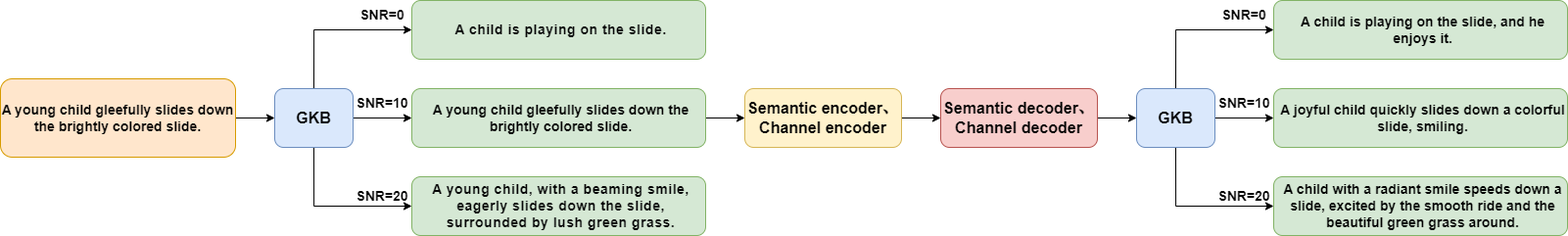
Before: UBC-CSC/GKB2.png, a diagram exported from draw.io (TuuSiwei/paper_image). Source tidied: cells renumbered, new cells last; positions are measured from the earlier drawing's top-left corner, leaving out a move shared by most shapes. Its diagram source:
```xml
<mxGraphModel>
  <root>
    <mxCell id="0" />
    <mxCell id="1" parent="0" />
    <mxCell id="2" style="edgeStyle=orthogonalEdgeStyle;rounded=0;jettySize=auto;html=1;" parent="1" edge="1" source="5" target="8">
      <mxGeometry relative="1" as="geometry" />
    </mxCell>
    <mxCell id="3" style="edgeStyle=orthogonalEdgeStyle;rounded=0;jettySize=auto;html=1;entryX=0;entryY=0.5;entryDx=0;entryDy=0;exitX=0.5;exitY=0;exitDx=0;exitDy=0;" parent="1" edge="1" source="5" target="6">
      <mxGeometry relative="1" as="geometry" />
    </mxCell>
    <mxCell id="4" style="edgeStyle=orthogonalEdgeStyle;rounded=0;jettySize=auto;html=1;exitX=0.5;exitY=1;exitDx=0;exitDy=0;entryX=0;entryY=0.5;entryDx=0;entryDy=0;" parent="1" edge="1" source="5" target="9">
      <mxGeometry relative="1" as="geometry" />
    </mxCell>
    <mxCell id="5" value="&lt;font style=&quot;font-size: 16px;&quot;&gt;&lt;b&gt;GKB&lt;/b&gt;&lt;/font&gt;" style="rounded=1;whiteSpace=wrap;html=1;fillColor=#dae8fc;strokeColor=#6c8ebf;" parent="1" vertex="1">
      <mxGeometry x="280" y="90" width="80" height="60" as="geometry" />
    </mxCell>
    <mxCell id="6" value="&lt;span style=&quot;color: rgb(6, 6, 7); font-family: -apple-system, blinkmacsystemfont, &amp;quot;Helvetica Neue&amp;quot;, helvetica, &amp;quot;segoe ui&amp;quot;, arial, roboto, &amp;quot;PingFang SC&amp;quot;, miui, &amp;quot;Hiragino Sans GB&amp;quot;, &amp;quot;Microsoft Yahei&amp;quot;, sans-serif; font-size: 14px; letter-spacing: 0.5px; white-space-collapse: preserve;&quot;&gt;&lt;b&gt;A child is playing on the slide.&lt;/b&gt;&lt;/span&gt;" style="rounded=1;whiteSpace=wrap;html=1;strokeColor=#82b366;align=center;verticalAlign=middle;fontFamily=Helvetica;fontSize=12;fontColor=default;labelBackgroundColor=none;fillColor=#d5e8d4;spacingLeft=5;" parent="1" vertex="1">
      <mxGeometry x="420" width="300" height="60" as="geometry" />
    </mxCell>
    <mxCell id="7" style="edgeStyle=orthogonalEdgeStyle;rounded=0;jettySize=auto;html=1;" parent="1" edge="1" source="8" target="16">
      <mxGeometry relative="1" as="geometry" />
    </mxCell>
    <mxCell id="8" value="A young child gleefully slides down the brightly colored slide." style="rounded=1;whiteSpace=wrap;strokeColor=#82b366;align=center;verticalAlign=middle;fontFamily=Helvetica;fontSize=14;fontColor=default;labelBackgroundColor=none;fillColor=#d5e8d4;fontStyle=1;spacingLeft=5;" parent="1" vertex="1">
      <mxGeometry x="420" y="90" width="300" height="60" as="geometry" />
    </mxCell>
    <mxCell id="9" value="&lt;span style=&quot;color: rgb(6, 6, 7); font-family: -apple-system, blinkmacsystemfont, &amp;quot;Helvetica Neue&amp;quot;, helvetica, &amp;quot;segoe ui&amp;quot;, arial, roboto, &amp;quot;PingFang SC&amp;quot;, miui, &amp;quot;Hiragino Sans GB&amp;quot;, &amp;quot;Microsoft Yahei&amp;quot;, sans-serif; font-size: 14px; letter-spacing: 0.5px; white-space-collapse: preserve;&quot;&gt;&lt;b&gt;A young child, with a beaming smile, eagerly slides down the slide, surrounded by lush green grass.&lt;/b&gt;&lt;/span&gt;" style="rounded=1;whiteSpace=wrap;html=1;strokeColor=#82b366;align=center;verticalAlign=middle;fontFamily=Helvetica;fontSize=12;fontColor=default;labelBackgroundColor=none;fillColor=#d5e8d4;spacingLeft=5;" parent="1" vertex="1">
      <mxGeometry x="420" y="180" width="300" height="60" as="geometry" />
    </mxCell>
    <mxCell id="10" style="edgeStyle=orthogonalEdgeStyle;rounded=0;jettySize=auto;html=1;" parent="1" edge="1" source="11" target="5">
      <mxGeometry relative="1" as="geometry" />
    </mxCell>
    <mxCell id="11" value="&lt;span style=&quot;text-align: left;&quot;&gt;A young child gleefully slides down the brightly colored slide.&lt;/span&gt;" style="rounded=1;whiteSpace=wrap;html=1;strokeColor=#d79b00;align=center;verticalAlign=middle;fontFamily=Helvetica;fontSize=14;fontStyle=1;labelBackgroundColor=none;fillColor=#ffe6cc;" parent="1" vertex="1">
      <mxGeometry y="80" width="240" height="80" as="geometry" />
    </mxCell>
    <mxCell id="12" value="&lt;font style=&quot;font-size: 14px;&quot;&gt;&lt;b&gt;SNR=20&lt;/b&gt;&lt;/font&gt;" style="text;html=1;align=center;verticalAlign=middle;whiteSpace=wrap;rounded=0;" parent="1" vertex="1">
      <mxGeometry x="360" y="185" width="60" height="30" as="geometry" />
    </mxCell>
    <mxCell id="13" value="&lt;font style=&quot;font-size: 14px;&quot;&gt;&lt;b&gt;SNR=0&lt;/b&gt;&lt;/font&gt;" style="text;html=1;align=center;verticalAlign=middle;whiteSpace=wrap;rounded=0;" parent="1" vertex="1">
      <mxGeometry x="360" width="60" height="30" as="geometry" />
    </mxCell>
    <mxCell id="14" value="&lt;font style=&quot;font-size: 14px;&quot;&gt;&lt;b&gt;SNR=10&lt;/b&gt;&lt;/font&gt;" style="text;html=1;align=center;verticalAlign=middle;whiteSpace=wrap;rounded=0;" parent="1" vertex="1">
      <mxGeometry x="360" y="90" width="60" height="30" as="geometry" />
    </mxCell>
    <mxCell id="15" style="edgeStyle=orthogonalEdgeStyle;rounded=0;jettySize=auto;html=1;" parent="1" edge="1" source="16" target="18">
      <mxGeometry relative="1" as="geometry" />
    </mxCell>
    <mxCell id="16" value="&lt;span style=&quot;font-size: 16px;&quot;&gt;&lt;b&gt;Semantic&amp;nbsp;&lt;/b&gt;&lt;/span&gt;&lt;b style=&quot;font-size: 16px; background-color: initial;&quot;&gt;encoder、&lt;/b&gt;&lt;div&gt;&lt;span style=&quot;font-size: 16px;&quot;&gt;&lt;b&gt;Channel encoder&lt;/b&gt;&lt;/span&gt;&lt;/div&gt;" style="rounded=1;whiteSpace=wrap;html=1;fillColor=#fff2cc;strokeColor=#d6b656;" parent="1" vertex="1">
      <mxGeometry x="760" y="90" width="160" height="60" as="geometry" />
    </mxCell>
    <mxCell id="17" style="edgeStyle=orthogonalEdgeStyle;rounded=0;jettySize=auto;html=1;" parent="1" edge="1" source="18" target="25">
      <mxGeometry relative="1" as="geometry" />
    </mxCell>
    <mxCell id="18" value="&lt;span style=&quot;font-size: 16px;&quot;&gt;&lt;b&gt;Semantic&amp;nbsp;&lt;/b&gt;&lt;/span&gt;&lt;b style=&quot;font-size: 16px; background-color: initial;&quot;&gt;decoder、&lt;/b&gt;&lt;div&gt;&lt;span style=&quot;font-size: 16px;&quot;&gt;&lt;b&gt;Channel decoder&lt;/b&gt;&lt;/span&gt;&lt;/div&gt;" style="rounded=1;whiteSpace=wrap;html=1;fillColor=#f8cecc;strokeColor=#b85450;" parent="1" vertex="1">
      <mxGeometry x="960" y="90" width="160" height="60" as="geometry" />
    </mxCell>
    <mxCell id="19" value="A child is playing on the slide, and he enjoys it." style="rounded=1;whiteSpace=wrap;strokeColor=#82b366;align=center;verticalAlign=middle;fontFamily=Helvetica;fontSize=14;fontColor=default;labelBackgroundColor=none;fillColor=#d5e8d4;fontStyle=1;spacingLeft=5;" parent="1" vertex="1">
      <mxGeometry x="1300" width="300" height="60" as="geometry" />
    </mxCell>
    <mxCell id="20" value="A joyful child quickly slides down a colorful slide, smiling." style="rounded=1;whiteSpace=wrap;strokeColor=#82b366;align=center;verticalAlign=middle;fontFamily=Helvetica;fontSize=14;fontColor=default;labelBackgroundColor=none;fillColor=#d5e8d4;fontStyle=1;spacingLeft=5;" parent="1" vertex="1">
      <mxGeometry x="1300" y="90" width="300" height="60" as="geometry" />
    </mxCell>
    <mxCell id="21" value="A child with a radiant smile speeds down a slide, excited by the smooth ride and the beautiful green grass around." style="rounded=1;whiteSpace=wrap;strokeColor=#82b366;align=center;verticalAlign=middle;fontFamily=Helvetica;fontSize=14;fontColor=default;labelBackgroundColor=none;fillColor=#d5e8d4;fontStyle=1;spacingLeft=5;" parent="1" vertex="1">
      <mxGeometry x="1300" y="180" width="300" height="60" as="geometry" />
    </mxCell>
    <mxCell id="22" style="edgeStyle=orthogonalEdgeStyle;rounded=0;jettySize=auto;html=1;" parent="1" edge="1" source="25" target="20">
      <mxGeometry relative="1" as="geometry" />
    </mxCell>
    <mxCell id="23" style="edgeStyle=orthogonalEdgeStyle;rounded=0;jettySize=auto;html=1;entryX=0;entryY=0.5;entryDx=0;entryDy=0;exitX=0.5;exitY=0;exitDx=0;exitDy=0;" parent="1" edge="1" source="25" target="19">
      <mxGeometry relative="1" as="geometry" />
    </mxCell>
    <mxCell id="24" style="edgeStyle=orthogonalEdgeStyle;rounded=0;jettySize=auto;html=1;exitX=0.5;exitY=1;exitDx=0;exitDy=0;entryX=0;entryY=0.5;entryDx=0;entryDy=0;" parent="1" edge="1" source="25" target="21">
      <mxGeometry relative="1" as="geometry" />
    </mxCell>
    <mxCell id="25" value="&lt;font style=&quot;font-size: 16px;&quot;&gt;&lt;b&gt;GKB&lt;/b&gt;&lt;/font&gt;" style="rounded=1;whiteSpace=wrap;html=1;fillColor=#dae8fc;strokeColor=#6c8ebf;" parent="1" vertex="1">
      <mxGeometry x="1160" y="90" width="80" height="60" as="geometry" />
    </mxCell>
    <mxCell id="26" value="&lt;font style=&quot;font-size: 14px;&quot;&gt;&lt;b&gt;SNR=20&lt;/b&gt;&lt;/font&gt;" style="text;html=1;align=center;verticalAlign=middle;whiteSpace=wrap;rounded=0;" parent="1" vertex="1">
      <mxGeometry x="1240" y="185" width="60" height="30" as="geometry" />
    </mxCell>
    <mxCell id="27" value="&lt;font style=&quot;font-size: 14px;&quot;&gt;&lt;b&gt;SNR=0&lt;/b&gt;&lt;/font&gt;" style="text;html=1;align=center;verticalAlign=middle;whiteSpace=wrap;rounded=0;" parent="1" vertex="1">
      <mxGeometry x="1240" width="60" height="30" as="geometry" />
    </mxCell>
    <mxCell id="28" value="&lt;font style=&quot;font-size: 14px;&quot;&gt;&lt;b&gt;SNR=10&lt;/b&gt;&lt;/font&gt;" style="text;html=1;align=center;verticalAlign=middle;whiteSpace=wrap;rounded=0;" parent="1" vertex="1">
      <mxGeometry x="1240" y="90" width="60" height="30" as="geometry" />
    </mxCell>
  </root>
</mxGraphModel>
```
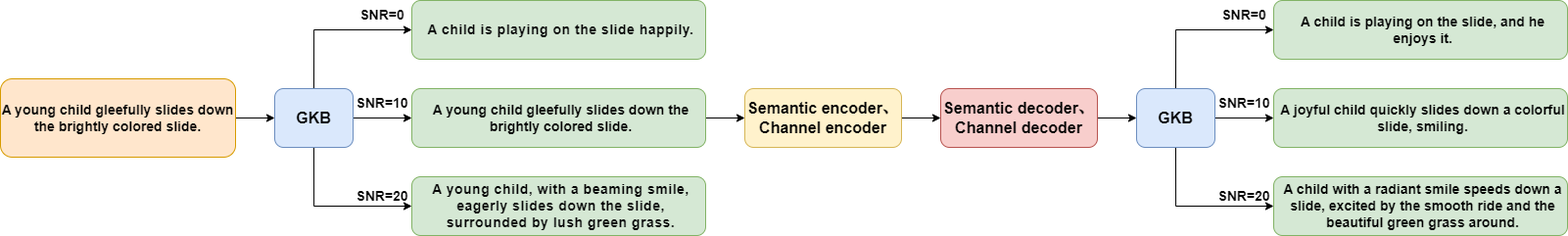
The same diagram one commit later.

The edit, as a diff of the source:
```diff
@@ -14,7 +14,7 @@
     <mxCell id="5" value="&lt;font style=&quot;font-size: 16px;&quot;&gt;&lt;b&gt;GKB&lt;/b&gt;&lt;/font&gt;" style="rounded=1;whiteSpace=wrap;html=1;fillColor=#dae8fc;strokeColor=#6c8ebf;" parent="1" vertex="1">
       <mxGeometry x="280" y="90" width="80" height="60" as="geometry" />
     </mxCell>
-    <mxCell id="6" value="&lt;span style=&quot;color: rgb(6, 6, 7); font-family: -apple-system, blinkmacsystemfont, &amp;quot;Helvetica Neue&amp;quot;, helvetica, &amp;quot;segoe ui&amp;quot;, arial, roboto, &amp;quot;PingFang SC&amp;quot;, miui, &amp;quot;Hiragino Sans GB&amp;quot;, &amp;quot;Microsoft Yahei&amp;quot;, sans-serif; font-size: 14px; letter-spacing: 0.5px; white-space-collapse: preserve;&quot;&gt;&lt;b&gt;A child is playing on the slide.&lt;/b&gt;&lt;/span&gt;" style="rounded=1;whiteSpace=wrap;html=1;strokeColor=#82b366;align=center;verticalAlign=middle;fontFamily=Helvetica;fontSize=12;fontColor=default;labelBackgroundColor=none;fillColor=#d5e8d4;spacingLeft=5;" parent="1" vertex="1">
+    <mxCell id="6" value="&lt;span style=&quot;color: rgb(6, 6, 7); font-family: -apple-system, blinkmacsystemfont, &amp;quot;Helvetica Neue&amp;quot;, helvetica, &amp;quot;segoe ui&amp;quot;, arial, roboto, &amp;quot;PingFang SC&amp;quot;, miui, &amp;quot;Hiragino Sans GB&amp;quot;, &amp;quot;Microsoft Yahei&amp;quot;, sans-serif; font-size: 14px; letter-spacing: 0.5px; white-space-collapse: preserve;&quot;&gt;&lt;b&gt;A child is playing on the slide happily.&lt;/b&gt;&lt;/span&gt;" style="rounded=1;whiteSpace=wrap;html=1;strokeColor=#82b366;align=center;verticalAlign=middle;fontFamily=Helvetica;fontSize=12;fontColor=default;labelBackgroundColor=none;fillColor=#d5e8d4;spacingLeft=5;" parent="1" vertex="1">
       <mxGeometry x="420" width="300" height="60" as="geometry" />
     </mxCell>
     <mxCell id="7" style="edgeStyle=orthogonalEdgeStyle;rounded=0;jettySize=auto;html=1;" parent="1" edge="1" source="8" target="16">
```
